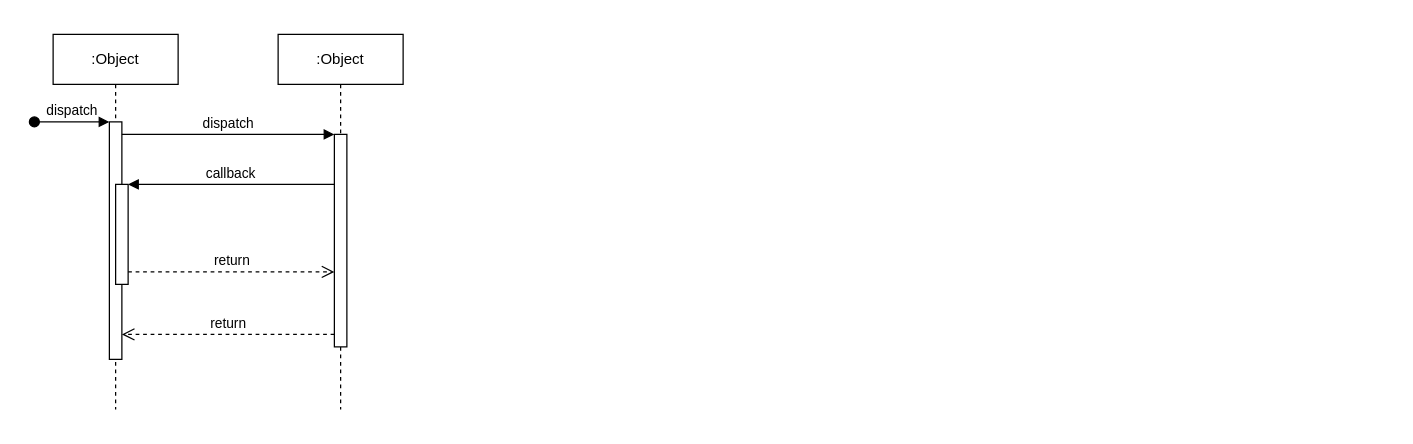
Earlier version of the draw.io diagram J-im流程图/WsProtocolHandler时序图.drawio (RR9-cn/DrawFile). Source tidied: cells renumbered, new cells numbered last; positions are measured from the earlier drawing's top-left corner, leaving out a move shared by most shapes. Both pictures are drawn from the tidied source at 125%, with x=0, y=0 at pixel (34, 34).
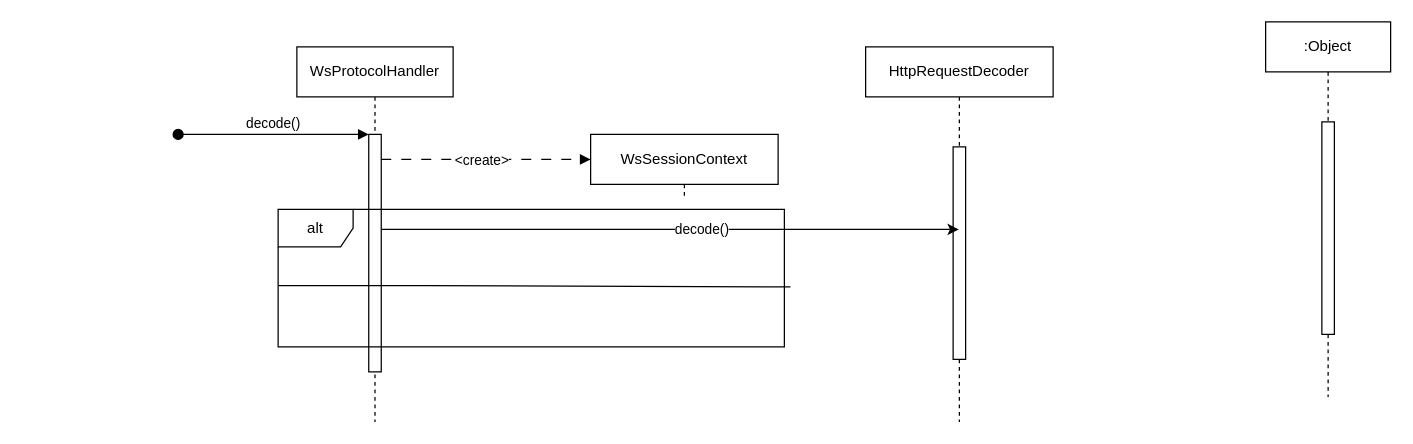
Above is the later version.

Commit message (it also covers changes not shown here):
更新WsProtocolHandler时序图.drawio

Unchanged cells that the change refers to:
```xml
<mxCell id="7" style="html=1;points=[];perimeter=orthogonalPerimeter;outlineConnect=0;targetShapes=umlLifeline;portConstraint=eastwest;newEdgeStyle={&quot;edgeStyle&quot;:&quot;elbowEdgeStyle&quot;,&quot;elbow&quot;:&quot;vertical&quot;,&quot;curved&quot;:0,&quot;rounded&quot;:0};" parent="6" vertex="1">
  <mxGeometry x="45" y="80" width="10" height="170" as="geometry" />
</mxCell>
```

The edit, as a diff of the source:
```diff
@@
-    <mxCell id="2" value=":Object" style="shape=umlLifeline;perimeter=lifelinePerimeter;whiteSpace=wrap;html=1;newEdgeStyle={&quot;edgeStyle&quot;:&quot;elbowEdgeStyle&quot;,&quot;elbow&quot;:&quot;vertical&quot;,&quot;curved&quot;:0,&quot;rounded&quot;:0};" parent="1" vertex="1">
-      <mxGeometry x="15" width="100" height="300" as="geometry" />
+    <mxCell id="2" value="WsProtocolHandler" style="shape=umlLifeline;perimeter=lifelinePerimeter;whiteSpace=wrap;html=1;newEdgeStyle={&quot;edgeStyle&quot;:&quot;elbowEdgeStyle&quot;,&quot;elbow&quot;:&quot;vertical&quot;,&quot;curved&quot;:0,&quot;rounded&quot;:0};" parent="1" vertex="1">
+      <mxGeometry x="210" y="10" width="125" height="300" as="geometry" />
     </mxCell>
     <mxCell id="3" style="html=1;points=[];perimeter=orthogonalPerimeter;outlineConnect=0;targetShapes=umlLifeline;portConstraint=eastwest;newEdgeStyle={&quot;edgeStyle&quot;:&quot;elbowEdgeStyle&quot;,&quot;elbow&quot;:&quot;vertical&quot;,&quot;curved&quot;:0,&quot;rounded&quot;:0};" parent="2" vertex="1">
-      <mxGeometry x="45" y="70" width="10" height="190" as="geometry" />
+      <mxGeometry x="57.5" y="70" width="10" height="190" as="geometry" />
     </mxCell>
-    <mxCell id="4" value="dispatch" style="html=1;verticalAlign=bottom;startArrow=oval;endArrow=block;startSize=8;edgeStyle=elbowEdgeStyle;elbow=vertical;curved=0;rounded=0;" parent="2" edge="1" target="3">
+    <mxCell id="4" value="decode()" style="html=1;verticalAlign=bottom;startArrow=oval;endArrow=block;startSize=8;edgeStyle=elbowEdgeStyle;elbow=vertical;curved=0;rounded=0;" parent="2" edge="1" target="3">
       <mxGeometry relative="1" as="geometry">
-        <mxPoint x="-15" y="70" as="sourcePoint" />
+        <mxPoint x="-95" y="70" as="sourcePoint" />
       </mxGeometry>
     </mxCell>
-    <mxCell id="5" style="html=1;points=[];perimeter=orthogonalPerimeter;outlineConnect=0;targetShapes=umlLifeline;portConstraint=eastwest;newEdgeStyle={&quot;edgeStyle&quot;:&quot;elbowEdgeStyle&quot;,&quot;elbow&quot;:&quot;vertical&quot;,&quot;curved&quot;:0,&quot;rounded&quot;:0};" parent="2" vertex="1">
-      <mxGeometry x="50" y="120" width="10" height="80" as="geometry" />
-    </mxCell>
+    <mxCell id="8" value="&amp;lt;create&amp;gt;" style="html=1;verticalAlign=bottom;endArrow=block;edgeStyle=elbowEdgeStyle;elbow=vertical;curved=0;rounded=0;dashed=1;dashPattern=8 8;" parent="1" edge="1" source="3">
+      <mxGeometry x="-0.05" y="-10" relative="1" as="geometry">
+        <mxPoint x="445" y="100" as="targetPoint" />
+        <Array as="points">
+          <mxPoint x="395" y="100" />
+          <mxPoint x="350" y="90" />
+        </Array>
+      </mxGeometry>
+    </mxCell>
+    <mxCell id="12" value="WsSessionContext" style="shape=umlLifeline;perimeter=lifelinePerimeter;whiteSpace=wrap;html=1;newEdgeStyle={&quot;edgeStyle&quot;:&quot;elbowEdgeStyle&quot;,&quot;elbow&quot;:&quot;vertical&quot;,&quot;curved&quot;:0,&quot;rounded&quot;:0};" parent="1" vertex="1">
+      <mxGeometry x="445" y="80" width="150" height="50" as="geometry" />
+    </mxCell>
     <mxCell id="6" value=":Object" style="shape=umlLifeline;perimeter=lifelinePerimeter;whiteSpace=wrap;html=1;newEdgeStyle={&quot;edgeStyle&quot;:&quot;elbowEdgeStyle&quot;,&quot;elbow&quot;:&quot;vertical&quot;,&quot;curved&quot;:0,&quot;rounded&quot;:0};" parent="1" vertex="1">
-      <mxGeometry x="195" width="100" height="300" as="geometry" />
+      <mxGeometry x="985" y="-10" width="100" height="300" as="geometry" />
     </mxCell>
@@
-    <mxCell id="8" value="dispatch" style="html=1;verticalAlign=bottom;endArrow=block;edgeStyle=elbowEdgeStyle;elbow=vertical;curved=0;rounded=0;" parent="1" edge="1" source="3" target="7">
-      <mxGeometry relative="1" as="geometry">
-        <Array as="points">
-          <mxPoint x="155" y="80" />
-        </Array>
-      </mxGeometry>
-    </mxCell>
-    <mxCell id="9" value="return" style="html=1;verticalAlign=bottom;endArrow=open;dashed=1;endSize=8;edgeStyle=elbowEdgeStyle;elbow=vertical;curved=0;rounded=0;" parent="1" edge="1" source="7" target="3">
-      <mxGeometry relative="1" as="geometry">
-        <Array as="points">
-          <mxPoint x="165" y="240" />
-        </Array>
-      </mxGeometry>
-    </mxCell>
-    <mxCell id="10" value="callback" style="html=1;verticalAlign=bottom;endArrow=block;edgeStyle=elbowEdgeStyle;elbow=vertical;curved=0;rounded=0;" parent="1" edge="1" source="7" target="5">
-      <mxGeometry relative="1" as="geometry">
-        <Array as="points">
-          <mxPoint x="165" y="120" />
-        </Array>
-      </mxGeometry>
-    </mxCell>
-    <mxCell id="11" value="return" style="html=1;verticalAlign=bottom;endArrow=open;dashed=1;endSize=8;edgeStyle=elbowEdgeStyle;elbow=vertical;curved=0;rounded=0;" parent="1" edge="1" source="5" target="7">
-      <mxGeometry relative="1" as="geometry">
-        <Array as="points">
-          <mxPoint x="155" y="190" />
-        </Array>
-      </mxGeometry>
-    </mxCell>
+    <mxCell id="13" value="alt" style="shape=umlFrame;whiteSpace=wrap;html=1;" parent="1" vertex="1">
+      <mxGeometry x="195" y="140" width="405" height="110" as="geometry" />
+    </mxCell>
+    <mxCell id="14" style="endArrow=none;html=1;rounded=0;exitX=0;exitY=0.545;exitDx=0;exitDy=0;exitPerimeter=0;entryX=1.012;entryY=0.555;entryDx=0;entryDy=0;entryPerimeter=0;" parent="1" edge="1">
+      <mxGeometry relative="1" as="geometry">
+        <mxPoint x="195" y="201" as="sourcePoint" />
+        <mxPoint x="604.9" y="202" as="targetPoint" />
+        <Array as="points">
+          <mxPoint x="315" y="201" />
+        </Array>
+      </mxGeometry>
+    </mxCell>
+    <mxCell id="15" value="HttpRequestDecoder" style="shape=umlLifeline;perimeter=lifelinePerimeter;whiteSpace=wrap;html=1;newEdgeStyle={&quot;edgeStyle&quot;:&quot;elbowEdgeStyle&quot;,&quot;elbow&quot;:&quot;vertical&quot;,&quot;curved&quot;:0,&quot;rounded&quot;:0};" parent="1" vertex="1">
+      <mxGeometry x="665" y="10" width="150" height="300" as="geometry" />
+    </mxCell>
+    <mxCell id="16" style="html=1;perimeter=orthogonalPerimeter;targetShapes=umlLifeline;newEdgeStyle={&quot;edgeStyle&quot;:&quot;elbowEdgeStyle&quot;,&quot;elbow&quot;:&quot;vertical&quot;,&quot;curved&quot;:0,&quot;rounded&quot;:0};" parent="15" vertex="1">
+      <mxGeometry x="70" y="80" width="10" height="170" as="geometry" />
+    </mxCell>
+    <mxCell id="17" style="edgeStyle=elbowEdgeStyle;rounded=0;orthogonalLoop=1;jettySize=auto;html=1;elbow=vertical;curved=0;" parent="1" edge="1">
+      <mxGeometry relative="1" as="geometry">
+        <mxPoint x="277.5" y="156" as="sourcePoint" />
+        <mxPoint x="739.5" y="156" as="targetPoint" />
+      </mxGeometry>
+    </mxCell>
+    <mxCell id="18" value="decode()" style="edgeLabel;html=1;align=center;verticalAlign=middle;" parent="17" vertex="1">
+      <mxGeometry x="0.11" y="1" relative="1" as="geometry" />
+    </mxCell>
```
